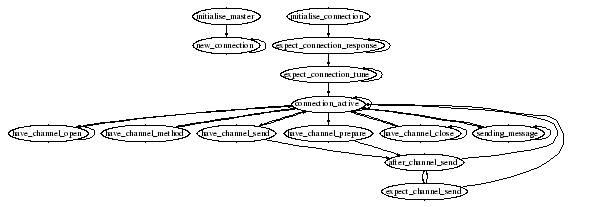
Earlier version of the Graphviz export doc/amq_server_agent.png (imatix/openamq). Its source is kept beside it as doc/amq_server_agent.dot.
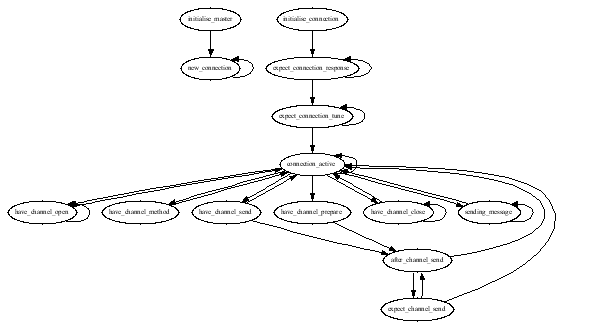
After the change.

Change to the diagram source:
```diff
@@ -1,6 +1,6 @@
 digraph ServerAgent {
     size = "6,12";
-    node [fontsize=30];
+    node [fontsize=10];
     subgraph master {
         initialise_master -> new_connection;
         new_connection -> new_connection;
```
